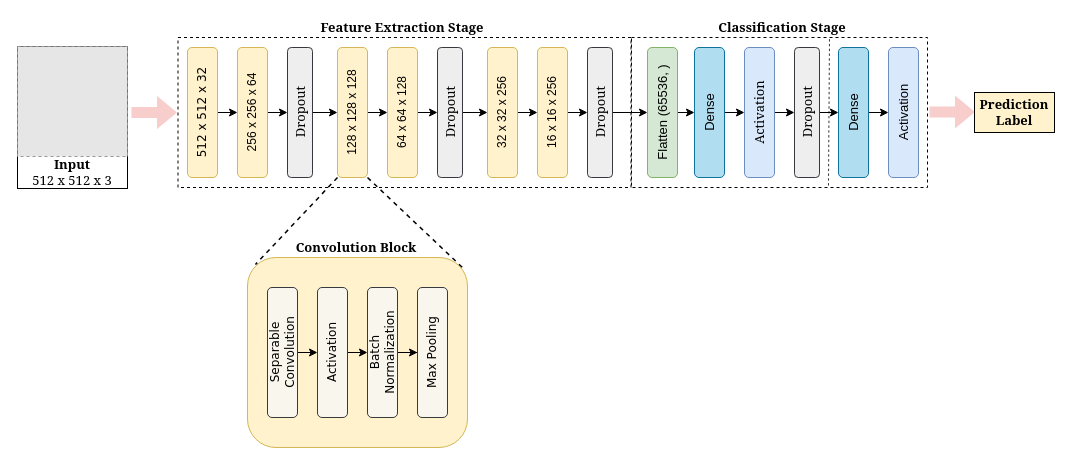
This is Classifier-Overall.drawio from karthik-d/lung-tumor-classification, a draw.io file, before an edit. Source tidied: cells renumbered, new cells numbered last; positions are measured from the earlier drawing's top-left corner, leaving out a move shared by most shapes. Both pictures are drawn from the tidied source at 100%, with x=0, y=0 at pixel (17, 17). Pictures stored in the file or linked from it are replaced by grey dashed boxes.
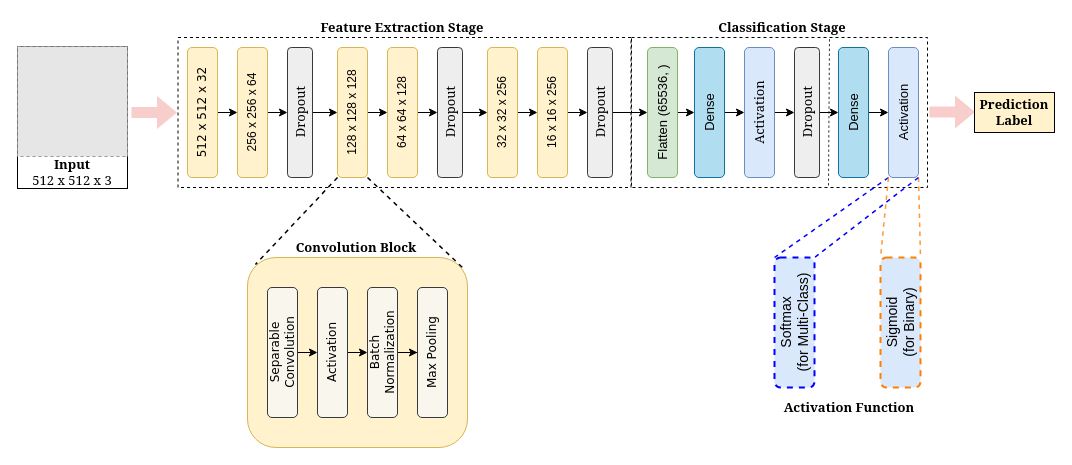
The same page after the edit.

The change refers to these unchanged cells:
```xml
<mxCell id="19" value="&lt;font style=&quot;font-size: 13px&quot;&gt;Activation&lt;/font&gt;" style="rounded=1;whiteSpace=wrap;html=1;fillColor=#dae8fc;strokeColor=#6c8ebf;horizontal=0;fontSize=13;" parent="1" vertex="1">
  <mxGeometry x="871" y="30" width="30" height="130" as="geometry" />
</mxCell>
```

Diff of the diagram source:
```diff
@@
+    <mxCell id="57" style="rounded=0;jettySize=auto;html=1;exitX=0;exitY=1;exitDx=0;exitDy=0;entryX=0;entryY=0;entryDx=0;entryDy=0;fontSize=14;strokeColor=#0000FF;strokeWidth=1.5;endArrow=none;endFill=0;dashed=1;" parent="1" edge="1" source="19" target="61">
+      <mxGeometry relative="1" as="geometry" />
+    </mxCell>
+    <mxCell id="58" style="edgeStyle=none;rounded=0;jettySize=auto;html=1;exitX=0;exitY=1;exitDx=0;exitDy=0;entryX=0;entryY=0;entryDx=0;entryDy=0;dashed=1;fontSize=14;endArrow=none;endFill=0;strokeColor=#FF9933;strokeWidth=1.5;" parent="1" edge="1" source="19" target="60">
+      <mxGeometry relative="1" as="geometry" />
+    </mxCell>
+    <mxCell id="59" style="edgeStyle=none;rounded=0;jettySize=auto;html=1;exitX=1;exitY=1;exitDx=0;exitDy=0;entryX=1;entryY=0;entryDx=0;entryDy=0;dashed=1;fontSize=14;endArrow=none;endFill=0;strokeColor=#FF9933;strokeWidth=1.5;" parent="1" edge="1" source="19" target="60">
+      <mxGeometry relative="1" as="geometry" />
+    </mxCell>
@@
+    <mxCell id="60" value="&lt;div&gt;Sigmoid&lt;/div&gt;&lt;div&gt;(for Binary)&lt;br&gt;&lt;/div&gt;" style="rounded=1;whiteSpace=wrap;html=1;fontSize=14;fillColor=#dae8fc;strokeColor=#FF8000;horizontal=0;dashed=1;strokeWidth=2;" parent="1" vertex="1">
+      <mxGeometry x="863" y="240" width="40" height="130" as="geometry" />
+    </mxCell>
+    <mxCell id="61" value="&lt;div&gt;Softmax&lt;/div&gt;&lt;div&gt;(for Multi-Class)&lt;br&gt;&lt;/div&gt;" style="rounded=1;whiteSpace=wrap;html=1;fontSize=14;fillColor=#dae8fc;strokeColor=#0000FF;horizontal=0;dashed=1;strokeWidth=2;" parent="1" vertex="1">
+      <mxGeometry x="757" y="240" width="40" height="130" as="geometry" />
+    </mxCell>
+    <mxCell id="62" style="rounded=0;jettySize=auto;html=1;exitX=1;exitY=1;exitDx=0;exitDy=0;entryX=1;entryY=0;entryDx=0;entryDy=0;fontSize=14;strokeColor=#0000FF;strokeWidth=1.5;endArrow=none;endFill=0;dashed=1;" parent="1" edge="1" source="19" target="61">
+      <mxGeometry relative="1" as="geometry" />
+    </mxCell>
+    <mxCell id="63" value="&lt;b&gt;Activation Function&lt;br&gt;&lt;/b&gt;" style="text;html=1;strokeColor=none;fillColor=none;align=center;verticalAlign=middle;whiteSpace=wrap;rounded=0;dashed=1;fontFamily=Georgia;fontSize=13;" parent="1" vertex="1">
+      <mxGeometry x="757" y="380" width="150" height="20" as="geometry" />
+    </mxCell>
```
